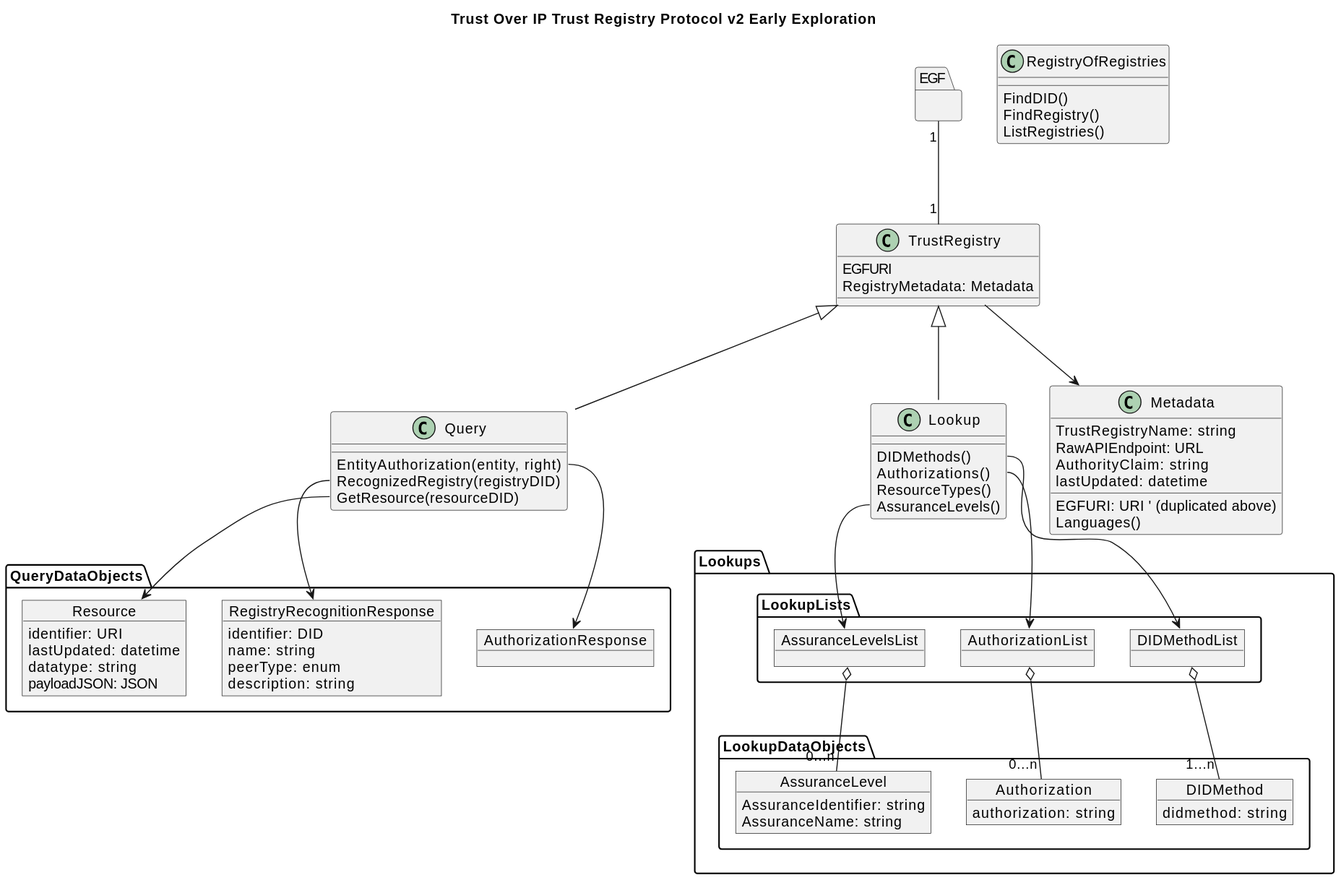
Before: out/v2/logical/highlevel/highlevel.svg, a diagram exported from PlantUML (trustoverip/tswg-trust-registry-tf).
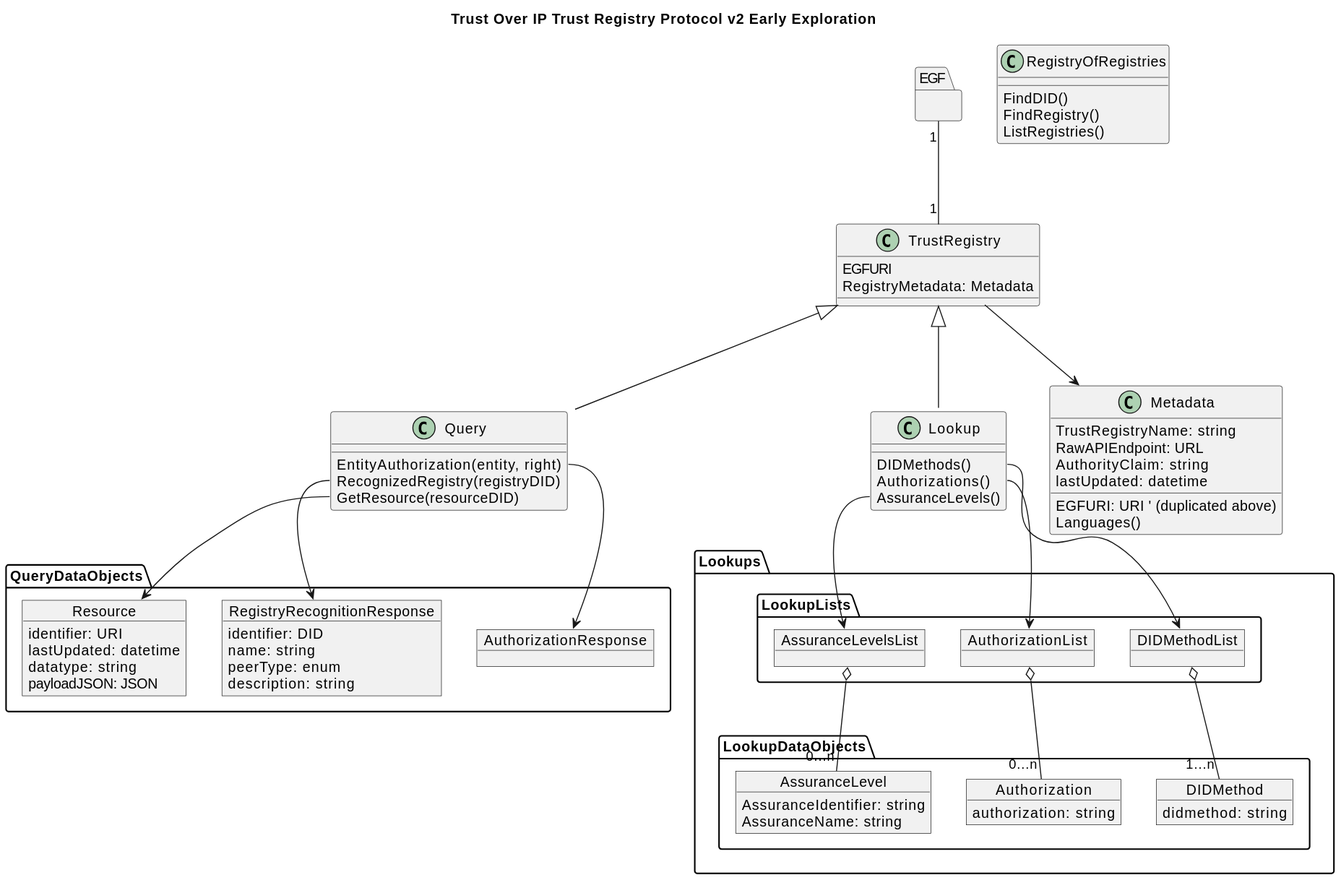
The same diagram one commit later.

Commit message:
dropped ResourceTypes lookup

Change to the diagram source:
```diff
@@ -30,7 +30,6 @@
 class Lookup {
     DIDMethods()
     Authorizations()
-    ResourceTypes()
     AssuranceLevels()
 }
 
```
